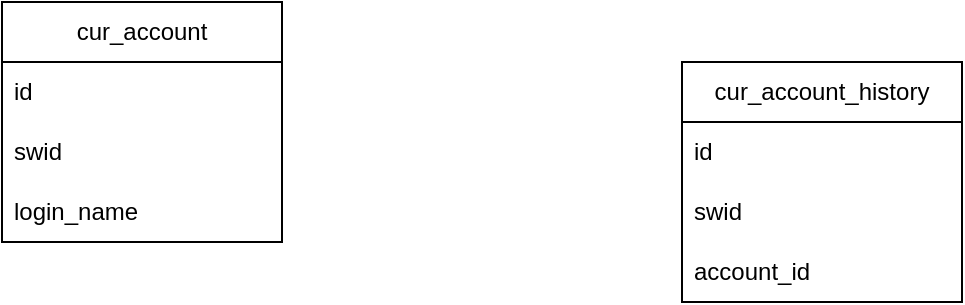
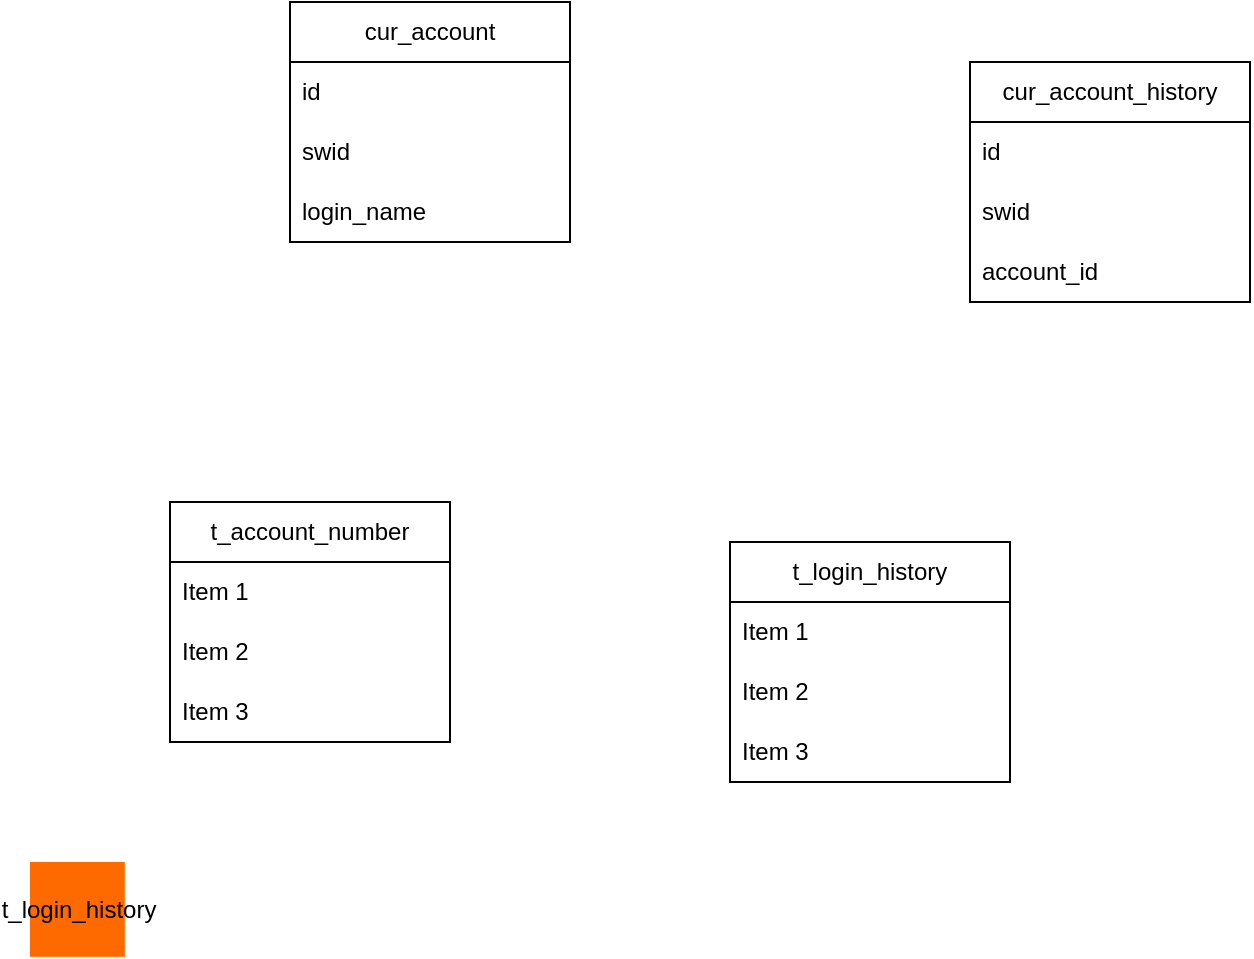
<mxfile host="app.diagrams.net">
  <diagram name="Page-1" id="X3tK4qjW2I1wcKG9F_f0">
    <mxGraphModel dx="1645" dy="764" grid="1" gridSize="10" guides="1" tooltips="1" connect="1" arrows="1" fold="1" page="1" pageScale="1" pageWidth="850" pageHeight="1100" math="0" shadow="0">
      <root>
        <mxCell id="0" />
        <mxCell id="1" parent="0" />
        <mxCell id="SxYZ8uIgk4Cub9f-qA3S-1" parent="1" style="swimlane;fontStyle=0;childLayout=stackLayout;horizontal=1;startSize=30;horizontalStack=0;resizeParent=1;resizeParentMax=0;resizeLast=0;collapsible=1;marginBottom=0;whiteSpace=wrap;html=1;" value="cur_account" vertex="1">
          <mxGeometry height="120" width="140" x="220" y="80" as="geometry" />
        </mxCell>
        <mxCell id="SxYZ8uIgk4Cub9f-qA3S-2" parent="SxYZ8uIgk4Cub9f-qA3S-1" style="text;strokeColor=none;fillColor=none;align=left;verticalAlign=middle;spacingLeft=4;spacingRight=4;overflow=hidden;points=[[0,0.5],[1,0.5]];portConstraint=eastwest;rotatable=0;whiteSpace=wrap;html=1;" value="id" vertex="1">
          <mxGeometry height="30" width="140" y="30" as="geometry" />
        </mxCell>
        <mxCell id="SxYZ8uIgk4Cub9f-qA3S-3" parent="SxYZ8uIgk4Cub9f-qA3S-1" style="text;strokeColor=none;fillColor=none;align=left;verticalAlign=middle;spacingLeft=4;spacingRight=4;overflow=hidden;points=[[0,0.5],[1,0.5]];portConstraint=eastwest;rotatable=0;whiteSpace=wrap;html=1;" value="swid" vertex="1">
          <mxGeometry height="30" width="140" y="60" as="geometry" />
        </mxCell>
        <mxCell id="SxYZ8uIgk4Cub9f-qA3S-4" parent="SxYZ8uIgk4Cub9f-qA3S-1" style="text;strokeColor=none;fillColor=none;align=left;verticalAlign=middle;spacingLeft=4;spacingRight=4;overflow=hidden;points=[[0,0.5],[1,0.5]];portConstraint=eastwest;rotatable=0;whiteSpace=wrap;html=1;" value="login_name" vertex="1">
          <mxGeometry height="30" width="140" y="90" as="geometry" />
        </mxCell>
        <mxCell id="SxYZ8uIgk4Cub9f-qA3S-5" parent="1" style="swimlane;fontStyle=0;childLayout=stackLayout;horizontal=1;startSize=30;horizontalStack=0;resizeParent=1;resizeParentMax=0;resizeLast=0;collapsible=1;marginBottom=0;whiteSpace=wrap;html=1;" value="cur_account_history" vertex="1">
          <mxGeometry height="120" width="140" x="560" y="110" as="geometry" />
        </mxCell>
        <mxCell id="SxYZ8uIgk4Cub9f-qA3S-6" parent="SxYZ8uIgk4Cub9f-qA3S-5" style="text;strokeColor=none;fillColor=none;align=left;verticalAlign=middle;spacingLeft=4;spacingRight=4;overflow=hidden;points=[[0,0.5],[1,0.5]];portConstraint=eastwest;rotatable=0;whiteSpace=wrap;html=1;" value="id" vertex="1">
          <mxGeometry height="30" width="140" y="30" as="geometry" />
        </mxCell>
        <mxCell id="SxYZ8uIgk4Cub9f-qA3S-7" parent="SxYZ8uIgk4Cub9f-qA3S-5" style="text;strokeColor=none;fillColor=none;align=left;verticalAlign=middle;spacingLeft=4;spacingRight=4;overflow=hidden;points=[[0,0.5],[1,0.5]];portConstraint=eastwest;rotatable=0;whiteSpace=wrap;html=1;" value="swid" vertex="1">
          <mxGeometry height="30" width="140" y="60" as="geometry" />
        </mxCell>
        <mxCell id="SxYZ8uIgk4Cub9f-qA3S-8" parent="SxYZ8uIgk4Cub9f-qA3S-5" style="text;strokeColor=none;fillColor=none;align=left;verticalAlign=middle;spacingLeft=4;spacingRight=4;overflow=hidden;points=[[0,0.5],[1,0.5]];portConstraint=eastwest;rotatable=0;whiteSpace=wrap;html=1;" value="account_id" vertex="1">
          <mxGeometry height="30" width="140" y="90" as="geometry" />
        </mxCell>
+         <mxCell id="2BsMlKvlXIMy3MISBUNy-5" parent="1" style="swimlane;fontStyle=0;childLayout=stackLayout;horizontal=1;startSize=30;horizontalStack=0;resizeParent=1;resizeParentMax=0;resizeLast=0;collapsible=1;marginBottom=0;whiteSpace=wrap;html=1;" value="t_account_number" vertex="1">
+           <mxGeometry height="120" width="140" x="160" y="330" as="geometry" />
+         </mxCell>
+         <mxCell id="2BsMlKvlXIMy3MISBUNy-6" parent="2BsMlKvlXIMy3MISBUNy-5" style="text;strokeColor=none;fillColor=none;align=left;verticalAlign=middle;spacingLeft=4;spacingRight=4;overflow=hidden;points=[[0,0.5],[1,0.5]];portConstraint=eastwest;rotatable=0;whiteSpace=wrap;html=1;" value="Item 1" vertex="1">
+           <mxGeometry height="30" width="140" y="30" as="geometry" />
+         </mxCell>
+         <mxCell id="2BsMlKvlXIMy3MISBUNy-7" parent="2BsMlKvlXIMy3MISBUNy-5" style="text;strokeColor=none;fillColor=none;align=left;verticalAlign=middle;spacingLeft=4;spacingRight=4;overflow=hidden;points=[[0,0.5],[1,0.5]];portConstraint=eastwest;rotatable=0;whiteSpace=wrap;html=1;" value="Item 2" vertex="1">
+           <mxGeometry height="30" width="140" y="60" as="geometry" />
+         </mxCell>
+         <mxCell id="2BsMlKvlXIMy3MISBUNy-8" parent="2BsMlKvlXIMy3MISBUNy-5" style="text;strokeColor=none;fillColor=none;align=left;verticalAlign=middle;spacingLeft=4;spacingRight=4;overflow=hidden;points=[[0,0.5],[1,0.5]];portConstraint=eastwest;rotatable=0;whiteSpace=wrap;html=1;" value="Item 3" vertex="1">
+           <mxGeometry height="30" width="140" y="90" as="geometry" />
+         </mxCell>
+         <mxCell id="2BsMlKvlXIMy3MISBUNy-9" parent="1" style="swimlane;fontStyle=0;childLayout=stackLayout;horizontal=1;startSize=30;horizontalStack=0;resizeParent=1;resizeParentMax=0;resizeLast=0;collapsible=1;marginBottom=0;whiteSpace=wrap;html=1;" value="t_login_history" vertex="1">
+           <mxGeometry height="120" width="140" x="440" y="350" as="geometry" />
+         </mxCell>
+         <mxCell id="2BsMlKvlXIMy3MISBUNy-10" parent="2BsMlKvlXIMy3MISBUNy-9" style="text;strokeColor=none;fillColor=none;align=left;verticalAlign=middle;spacingLeft=4;spacingRight=4;overflow=hidden;points=[[0,0.5],[1,0.5]];portConstraint=eastwest;rotatable=0;whiteSpace=wrap;html=1;" value="Item 1" vertex="1">
+           <mxGeometry height="30" width="140" y="30" as="geometry" />
+         </mxCell>
+         <mxCell id="2BsMlKvlXIMy3MISBUNy-11" parent="2BsMlKvlXIMy3MISBUNy-9" style="text;strokeColor=none;fillColor=none;align=left;verticalAlign=middle;spacingLeft=4;spacingRight=4;overflow=hidden;points=[[0,0.5],[1,0.5]];portConstraint=eastwest;rotatable=0;whiteSpace=wrap;html=1;" value="Item 2" vertex="1">
+           <mxGeometry height="30" width="140" y="60" as="geometry" />
+         </mxCell>
+         <mxCell id="2BsMlKvlXIMy3MISBUNy-12" parent="2BsMlKvlXIMy3MISBUNy-9" style="text;strokeColor=none;fillColor=none;align=left;verticalAlign=middle;spacingLeft=4;spacingRight=4;overflow=hidden;points=[[0,0.5],[1,0.5]];portConstraint=eastwest;rotatable=0;whiteSpace=wrap;html=1;" value="Item 3" vertex="1">
+           <mxGeometry height="30" width="140" y="90" as="geometry" />
+         </mxCell>
+         <mxCell id="2BsMlKvlXIMy3MISBUNy-14" parent="1" style="points=[];aspect=fixed;html=1;align=center;shadow=0;dashed=0;fillColor=#FF6A00;strokeColor=none;shape=mxgraph.alibaba_cloud.mongodb;" value="t_login_history" vertex="1">
+           <mxGeometry height="47.400000000000006" width="47.400000000000006" x="90" y="510" as="geometry" />
+         </mxCell>
      </root>
    </mxGraphModel>
  </diagram>
</mxfile>
